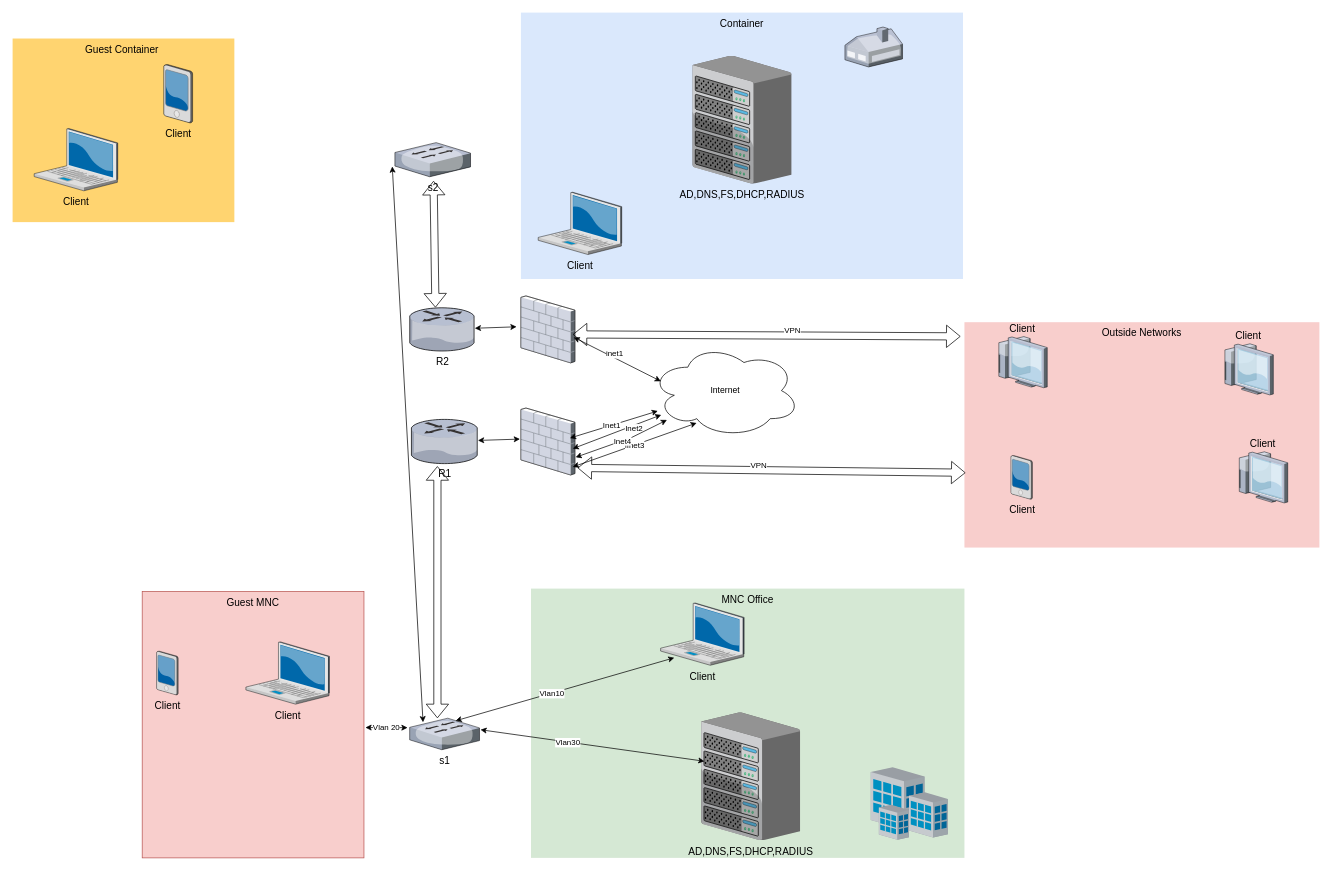
The draw.io diagram Untitled Diagram.drawio in Myfasa/tablitsa-iqos, before the edit. Source tidied: cells renumbered, new cells numbered last; positions are measured from the earlier drawing's top-left corner, leaving out a move shared by most shapes. Both pictures are drawn from the tidied source at 72%, with x=0, y=0 at pixel (12, 12).
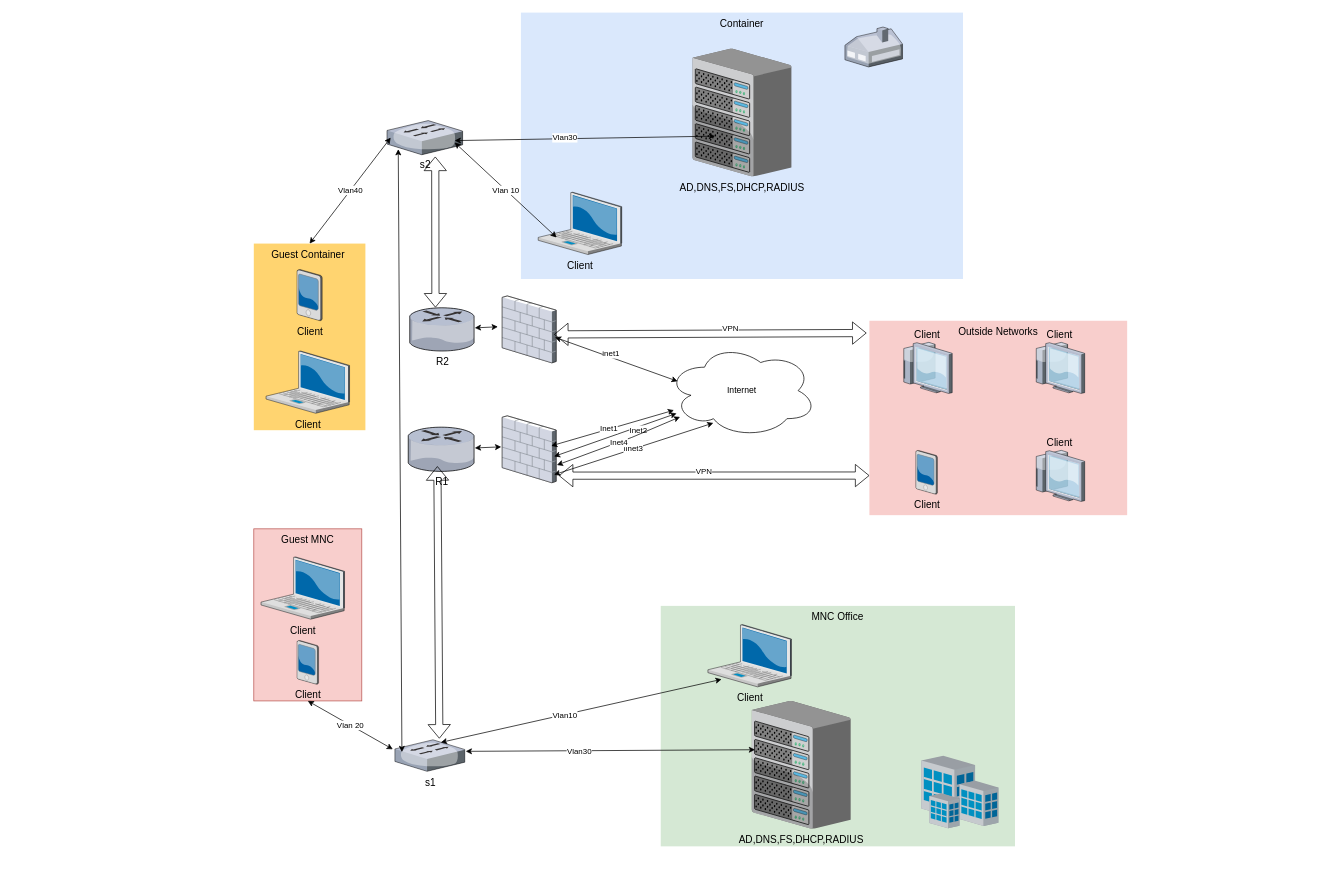
The same page after the edit.

Unchanged cells that the change refers to:
```xml
<mxCell id="2" value="R2" style="verticalLabelPosition=bottom;html=1;verticalAlign=top;strokeColor=none;shape=mxgraph.citrix.router;fillColor=#66B2FF;gradientColor=#0066CC;fontSize=14;" parent="1" vertex="1">
  <mxGeometry x="551.5" y="410" width="90.4" height="60" as="geometry" />
</mxCell>
<mxCell id="11" value="Client" style="verticalLabelPosition=bottom;html=1;verticalAlign=top;strokeColor=none;shape=mxgraph.citrix.laptop_2;fillColor=#66B2FF;gradientColor=#0066CC;fontSize=14;" parent="1" vertex="1">
  <mxGeometry x="730" y="249.5" width="116" height="86.5" as="geometry" />
</mxCell>
```

Diff of the diagram source:
```diff
@@
     <mxCell id="3" value="MNC Office" style="whiteSpace=wrap;html=1;fillColor=#d5e8d4;fontSize=14;strokeColor=none;verticalAlign=top;" parent="1" vertex="1">
-      <mxGeometry x="720" y="800" width="602" height="374" as="geometry" />
+      <mxGeometry x="900.2" y="824" width="492" height="334" as="geometry" />
     </mxCell>
     <mxCell id="4" value="AD,DNS,FS,DHCP,RADIUS" style="verticalLabelPosition=bottom;html=1;verticalAlign=top;strokeColor=none;shape=mxgraph.citrix.chassis;fillColor=#66B2FF;gradientColor=#0066CC;fontSize=14;" parent="1" vertex="1">
-      <mxGeometry x="956.2" y="972" width="137.5" height="177.5" as="geometry" />
+      <mxGeometry x="1026.5" y="956" width="137.5" height="177.5" as="geometry" />
     </mxCell>
     <mxCell id="5" style="verticalLabelPosition=bottom;html=1;verticalAlign=top;strokeColor=none;shape=mxgraph.citrix.site;fillColor=#66B2FF;gradientColor=#0066CC;fontSize=14;" parent="1" vertex="1">
-      <mxGeometry x="1192" y="1048" width="107" height="101" as="geometry" />
+      <mxGeometry x="1262.2" y="1032" width="107" height="101" as="geometry" />
     </mxCell>
     <mxCell id="6" value="Outside Networks" style="whiteSpace=wrap;html=1;fillColor=#f8cecc;fontSize=14;strokeColor=none;verticalAlign=top;" parent="1" vertex="1">
-      <mxGeometry x="1322" y="430" width="493" height="313" as="geometry" />
+      <mxGeometry x="1190" y="428" width="358" height="270" as="geometry" />
     </mxCell>
     <mxCell id="7" value="Client" style="verticalLabelPosition=top;html=1;verticalAlign=bottom;strokeColor=none;shape=mxgraph.citrix.thin_client;fillColor=#66B2FF;gradientColor=#0066CC;fontSize=14;labelPosition=center;align=center;" parent="1" vertex="1">
-      <mxGeometry x="1700" y="610" width="71" height="71" as="geometry" />
+      <mxGeometry x="1418" y="608" width="71" height="71" as="geometry" />
     </mxCell>
     <mxCell id="8" value="Client" style="verticalLabelPosition=top;html=1;verticalAlign=bottom;strokeColor=none;shape=mxgraph.citrix.thin_client;fillColor=#66B2FF;gradientColor=#0066CC;fontSize=14;labelPosition=center;align=center;" parent="1" vertex="1">
-      <mxGeometry x="1680" y="460" width="71" height="71" as="geometry" />
+      <mxGeometry x="1418" y="458" width="71" height="71" as="geometry" />
     </mxCell>
     <mxCell id="9" value="Client" style="verticalLabelPosition=top;html=1;verticalAlign=bottom;strokeColor=none;shape=mxgraph.citrix.thin_client;fillColor=#66B2FF;gradientColor=#0066CC;fontSize=14;labelPosition=center;align=center;" parent="1" vertex="1">
-      <mxGeometry x="1366" y="450" width="71" height="71" as="geometry" />
+      <mxGeometry x="1234" y="458" width="71" height="71" as="geometry" />
     </mxCell>
@@
     <mxCell id="13" value="s2" style="verticalLabelPosition=bottom;html=1;verticalAlign=top;strokeColor=none;shape=mxgraph.citrix.switch;fillColor=#66B2FF;gradientColor=#0066CC;fontSize=14;" parent="1" vertex="1">
-      <mxGeometry x="531" y="180.6" width="105" height="47.4" as="geometry" />
+      <mxGeometry x="520" y="150" width="105" height="47.4" as="geometry" />
     </mxCell>
     <mxCell id="14" value="R1" style="verticalLabelPosition=bottom;html=1;verticalAlign=top;strokeColor=none;shape=mxgraph.citrix.router;fillColor=#66B2FF;gradientColor=#0066CC;fontSize=14;" parent="1" vertex="1">
-      <mxGeometry x="553.8" y="565" width="92.5" height="61.4" as="geometry" />
+      <mxGeometry x="549.4" y="575.8" width="92.5" height="61.4" as="geometry" />
     </mxCell>
     <mxCell id="15" value="Internet" style="ellipse;shape=cloud;whiteSpace=wrap;html=1;align=center;" parent="1" vertex="1">
-      <mxGeometry x="885.8" y="460" width="208" height="130" as="geometry" />
+      <mxGeometry x="909" y="460" width="208" height="130" as="geometry" />
     </mxCell>
     <mxCell id="16" value="s1" style="verticalLabelPosition=bottom;html=1;verticalAlign=top;strokeColor=none;shape=mxgraph.citrix.switch;fillColor=#66B2FF;gradientColor=#0066CC;fontSize=14;" parent="1" vertex="1">
-      <mxGeometry x="551.5" y="980" width="97" height="43.8" as="geometry" />
+      <mxGeometry x="531" y="1010" width="97" height="43.8" as="geometry" />
     </mxCell>
     <mxCell id="17" value="AD,DNS,FS,DHCP,RADIUS" style="verticalLabelPosition=bottom;html=1;verticalAlign=top;strokeColor=none;shape=mxgraph.citrix.chassis;fillColor=#66B2FF;gradientColor=#0066CC;fontSize=14;" parent="1" vertex="1">
-      <mxGeometry x="944.2" y="60" width="137.5" height="177.5" as="geometry" />
+      <mxGeometry x="944.2" y="50" width="137.5" height="177.5" as="geometry" />
     </mxCell>
     <mxCell id="18" value="Guest Container&amp;nbsp;" style="whiteSpace=wrap;html=1;fillColor=#FFD470;gradientColor=none;fontSize=14;strokeColor=none;verticalAlign=top;" parent="1" vertex="1">
-      <mxGeometry y="36" width="308" height="255" as="geometry" />
+      <mxGeometry x="335" y="320.8" width="155" height="259.2" as="geometry" />
     </mxCell>
     <mxCell id="19" value="Client" style="verticalLabelPosition=bottom;html=1;verticalAlign=top;strokeColor=none;shape=mxgraph.citrix.pda;fillColor=#66B2FF;gradientColor=#0066CC;fontSize=14;" parent="1" vertex="1">
-      <mxGeometry x="210" y="72" width="40" height="81.3" as="geometry" />
+      <mxGeometry x="395" y="356.8" width="35" height="71.2" as="geometry" />
     </mxCell>
     <mxCell id="20" value="Client" style="verticalLabelPosition=bottom;html=1;verticalAlign=top;strokeColor=none;shape=mxgraph.citrix.laptop_2;fillColor=#66B2FF;gradientColor=#0066CC;fontSize=14;" parent="1" vertex="1">
-      <mxGeometry x="30" y="161" width="116" height="86.5" as="geometry" />
+      <mxGeometry x="352" y="470" width="116" height="86.5" as="geometry" />
     </mxCell>
     <mxCell id="21" value="Guest MNC" style="whiteSpace=wrap;html=1;fillColor=#f8cecc;fontSize=14;strokeColor=#b85450;verticalAlign=top;" parent="1" vertex="1">
-      <mxGeometry x="180" y="804" width="308" height="370" as="geometry" />
+      <mxGeometry x="335" y="717" width="150" height="239" as="geometry" />
     </mxCell>
     <mxCell id="22" value="Client" style="verticalLabelPosition=bottom;html=1;verticalAlign=top;strokeColor=none;shape=mxgraph.citrix.pda;fillColor=#66B2FF;gradientColor=#0066CC;fontSize=14;" parent="1" vertex="1">
-      <mxGeometry x="200" y="886.8" width="30" height="61" as="geometry" />
+      <mxGeometry x="395" y="872" width="30" height="61" as="geometry" />
     </mxCell>
     <mxCell id="23" value="Client" style="verticalLabelPosition=bottom;html=1;verticalAlign=top;strokeColor=none;shape=mxgraph.citrix.laptop_2;fillColor=#66B2FF;gradientColor=#0066CC;fontSize=14;" parent="1" vertex="1">
-      <mxGeometry x="324" y="874" width="116" height="86.5" as="geometry" />
+      <mxGeometry x="345" y="756" width="116" height="86.5" as="geometry" />
     </mxCell>
     <mxCell id="24" value="Client" style="verticalLabelPosition=bottom;html=1;verticalAlign=top;strokeColor=none;shape=mxgraph.citrix.pda;fillColor=#66B2FF;gradientColor=#0066CC;fontSize=14;" parent="1" vertex="1">
-      <mxGeometry x="1386.5" y="615" width="30" height="61" as="geometry" />
+      <mxGeometry x="1254.5" y="608" width="30" height="61" as="geometry" />
     </mxCell>
@@
     <mxCell id="29" value="Client" style="verticalLabelPosition=bottom;html=1;verticalAlign=top;strokeColor=none;shape=mxgraph.citrix.laptop_2;fillColor=#66B2FF;gradientColor=#0066CC;fontSize=14;" parent="1" vertex="1">
-      <mxGeometry x="900" y="820" width="116" height="86.5" as="geometry" />
+      <mxGeometry x="965.7" y="850" width="116" height="86.5" as="geometry" />
     </mxCell>
-    <mxCell id="30" value="Vlan 20" style="endArrow=classic;startArrow=classic;html=1;rounded=0;entryX=-0.03;entryY=0.3;entryDx=0;entryDy=0;entryPerimeter=0;" parent="1" edge="1" target="16">
-      <mxGeometry relative="1" as="geometry">
-        <mxPoint x="490" y="993" as="sourcePoint" />
-      </mxGeometry>
+    <mxCell id="30" value="Vlan 20" style="endArrow=classic;startArrow=classic;html=1;rounded=0;entryX=-0.03;entryY=0.3;entryDx=0;entryDy=0;entryPerimeter=0;exitX=0.5;exitY=1;exitDx=0;exitDy=0;" parent="1" edge="1" source="21" target="16">
+      <mxGeometry relative="1" as="geometry" />
     </mxCell>
-    <mxCell id="31" style="shape=flexArrow;endArrow=classic;startArrow=classic;html=1;rounded=0;exitX=0.397;exitY=0;exitDx=0;exitDy=0;exitPerimeter=0;" parent="1" edge="1" source="16">
+    <mxCell id="31" style="shape=flexArrow;endArrow=classic;startArrow=classic;html=1;rounded=0;exitX=0.636;exitY=-0.038;exitDx=0;exitDy=0;exitPerimeter=0;" parent="1" edge="1" source="16">
       <mxGeometry relative="1" as="geometry">
         <mxPoint x="590" y="630" as="targetPoint" />
       </mxGeometry>
     </mxCell>
     <mxCell id="32" style="verticalLabelPosition=bottom;html=1;verticalAlign=top;strokeColor=none;shape=mxgraph.citrix.firewall;fillColor=#66B2FF;gradientColor=#0066CC;fontSize=14;" parent="1" vertex="1">
-      <mxGeometry x="706" y="393.5" width="75" height="93" as="geometry" />
+      <mxGeometry x="680" y="393.5" width="75" height="93" as="geometry" />
     </mxCell>
     <mxCell id="33" style="verticalLabelPosition=bottom;html=1;verticalAlign=top;strokeColor=none;shape=mxgraph.citrix.firewall;fillColor=#66B2FF;gradientColor=#0066CC;fontSize=14;" parent="1" vertex="1">
-      <mxGeometry x="706" y="549.2" width="75" height="93" as="geometry" />
+      <mxGeometry x="680" y="560" width="75" height="93" as="geometry" />
     </mxCell>
@@
-    <mxCell id="35" style="shape=flexArrow;endArrow=classic;startArrow=classic;html=1;rounded=0;entryX=0.511;entryY=1.121;entryDx=0;entryDy=0;entryPerimeter=0;exitX=0.396;exitY=-0.006;exitDx=0;exitDy=0;exitPerimeter=0;" parent="1" edge="1" source="2" target="13">
-      <mxGeometry relative="1" as="geometry" />
+    <mxCell id="35" style="shape=flexArrow;endArrow=classic;startArrow=classic;html=1;rounded=0;exitX=0.396;exitY=-0.006;exitDx=0;exitDy=0;exitPerimeter=0;" parent="1" edge="1" source="2">
+      <mxGeometry relative="1" as="geometry">
+        <mxPoint x="587" y="200" as="targetPoint" />
+      </mxGeometry>
     </mxCell>
@@
-    <mxCell id="37" style="endArrow=classic;startArrow=classic;html=1;rounded=0;entryX=-0.035;entryY=0.699;entryDx=0;entryDy=0;entryPerimeter=0;exitX=0.191;exitY=0.129;exitDx=0;exitDy=0;exitPerimeter=0;" parent="1" edge="1" source="16" target="13">
+    <mxCell id="37" style="endArrow=classic;startArrow=classic;html=1;rounded=0;exitX=0.1;exitY=0.388;exitDx=0;exitDy=0;exitPerimeter=0;entryX=0.149;entryY=0.837;entryDx=0;entryDy=0;entryPerimeter=0;" parent="1" edge="1" source="16" target="13">
       <mxGeometry relative="1" as="geometry" />
     </mxCell>
@@
-    <mxCell id="42" style="shape=flexArrow;endArrow=classic;startArrow=classic;html=1;rounded=0;entryX=0.003;entryY=0.668;entryDx=0;entryDy=0;entryPerimeter=0;exitX=1.049;exitY=0.894;exitDx=0;exitDy=0;exitPerimeter=0;" parent="1" edge="1" source="33" target="6">
-      <mxGeometry relative="1" as="geometry" />
+    <mxCell id="42" style="shape=flexArrow;endArrow=classic;startArrow=classic;html=1;rounded=0;exitX=1.049;exitY=0.894;exitDx=0;exitDy=0;exitPerimeter=0;" parent="1" edge="1" source="33">
+      <mxGeometry relative="1" as="geometry">
+        <mxPoint x="1190" y="643" as="targetPoint" />
+      </mxGeometry>
     </mxCell>
@@
+    <mxCell id="50" style="endArrow=classic;startArrow=classic;html=1;rounded=0;entryX=0.228;entryY=0.685;entryDx=0;entryDy=0;entryPerimeter=0;exitX=0.895;exitY=0.586;exitDx=0;exitDy=0;exitPerimeter=0;" parent="1" edge="1" source="13" target="17">
+      <mxGeometry relative="1" as="geometry" />
+    </mxCell>
+    <mxCell id="51" value="Vlan30" style="edgeLabel;html=1;align=center;verticalAlign=middle;" parent="50" vertex="1">
+      <mxGeometry x="-0.16" y="2" relative="1" as="geometry">
+        <mxPoint x="1" as="offset" />
+      </mxGeometry>
+    </mxCell>
+    <mxCell id="52" value="Vlan 10" style="endArrow=classic;startArrow=classic;html=1;rounded=0;entryX=0.221;entryY=0.726;entryDx=0;entryDy=0;entryPerimeter=0;exitX=0.895;exitY=0.643;exitDx=0;exitDy=0;exitPerimeter=0;" parent="1" edge="1" source="13" target="11">
+      <mxGeometry relative="1" as="geometry" />
+    </mxCell>
+    <mxCell id="53" value="Vlan40" style="endArrow=classic;startArrow=classic;html=1;rounded=0;exitX=0.5;exitY=0;exitDx=0;exitDy=0;entryX=0.049;entryY=0.499;entryDx=0;entryDy=0;entryPerimeter=0;" parent="1" edge="1" source="18" target="13">
+      <mxGeometry relative="1" as="geometry" />
+    </mxCell>
```
